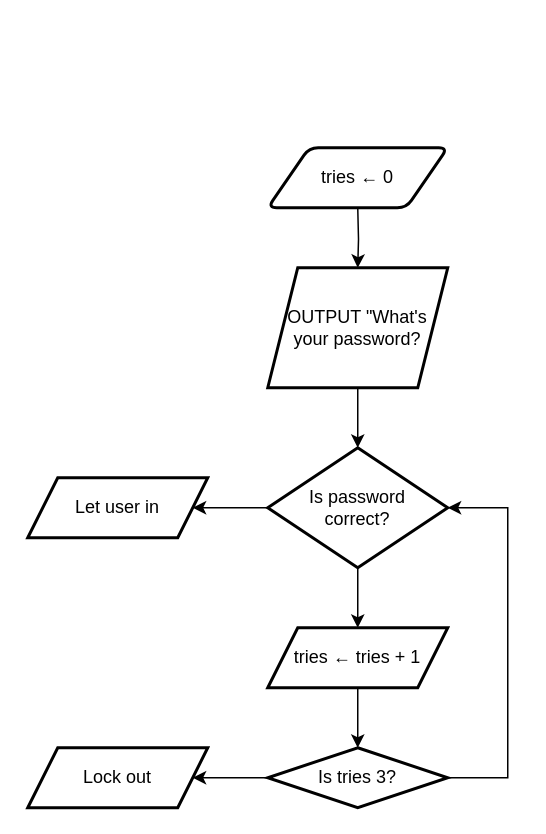
Earlier version of the draw.io diagram 1.1.2 challenge.drawio (tungstengmd/drawio-diagrams). Source tidied: cells renumbered, new cells numbered last; positions are measured from the earlier drawing's top-left corner, leaving out a move shared by most shapes. Both pictures are drawn from the tidied source at 150%, with x=0, y=0 at pixel (27, 147).
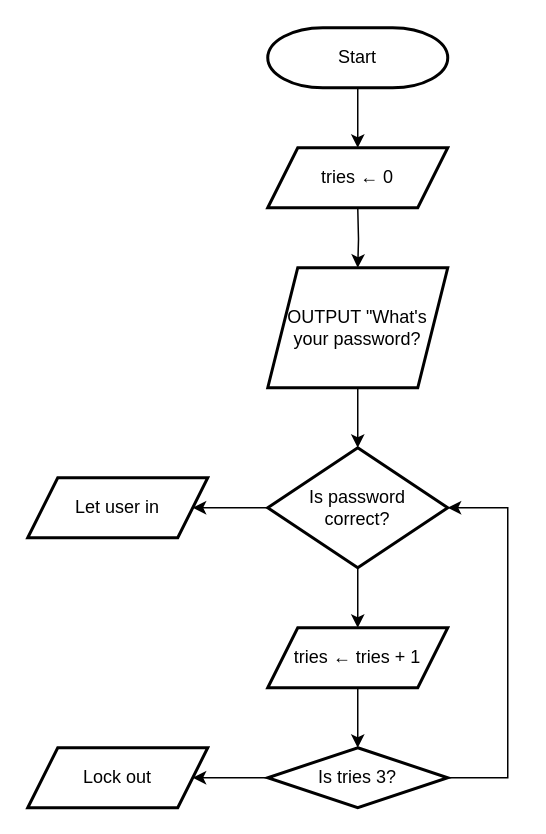
Above is the later version.

Change to the diagram source:
```diff
@@
-    <mxCell id="11" value="tries ← 0" style="shape=parallelogram;html=1;strokeWidth=2;perimeter=parallelogramPerimeter;whiteSpace=wrap;rounded=1;arcSize=12;size=0.23;" parent="1" vertex="1">
-      <mxGeometry x="160" width="120" height="40" as="geometry" />
-    </mxCell>
@@
+    <mxCell id="11" value="tries ← 0" style="shape=parallelogram;perimeter=parallelogramPerimeter;whiteSpace=wrap;html=1;fixedSize=1;strokeWidth=2;" parent="1" vertex="1">
+      <mxGeometry x="160" width="120" height="40" as="geometry" />
+    </mxCell>
+    <mxCell id="16" style="edgeStyle=orthogonalEdgeStyle;rounded=0;jettySize=auto;html=1;fontFamily=Helvetica;fontSize=12;fontColor=default;" parent="1" edge="1" source="17" target="11">
+      <mxGeometry relative="1" as="geometry" />
+    </mxCell>
+    <mxCell id="17" value="Start" style="strokeWidth=2;html=1;shape=mxgraph.flowchart.terminator;whiteSpace=wrap;strokeColor=default;align=center;verticalAlign=middle;fontFamily=Helvetica;fontSize=12;fontColor=default;fillColor=default;" parent="1" vertex="1">
+      <mxGeometry x="160" y="-80" width="120" height="40" as="geometry" />
+    </mxCell>
```
